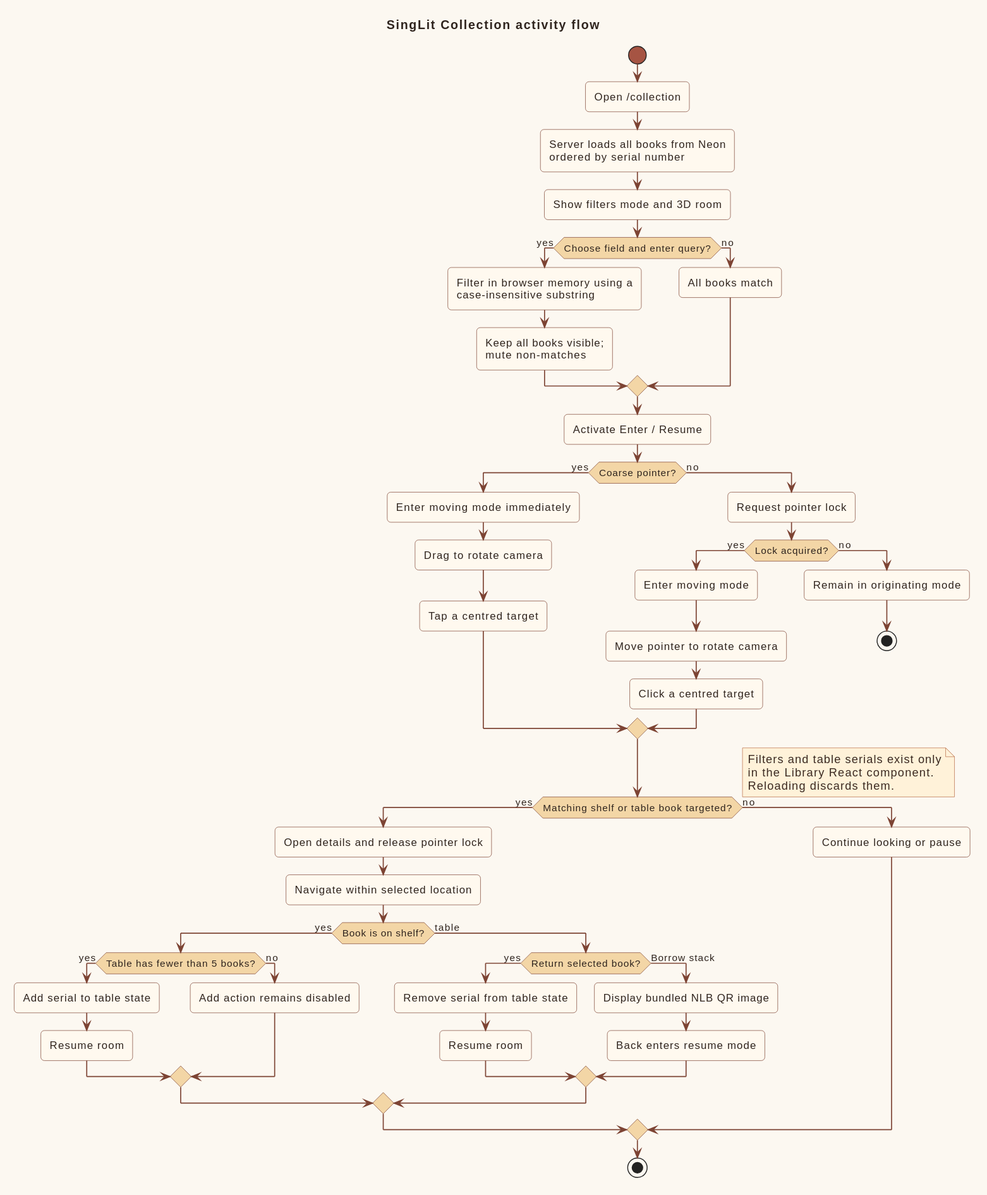
This is docs/diagrams/rendered/singlit-collection-flow.svg from colinhia/digital-singlit-bookshelf-poc, a PlantUML export, as it was before one commit. The source it was exported from:
```plantuml
@startuml
!include _theme.iuml

title SingLit Collection activity flow

start
:Open /collection;
:Server loads all books from Neon\nordered by serial number;
:Show filters mode and 3D room;

if (Choose field and enter query?) then (yes)
  :Filter in browser memory using a\ncase-insensitive substring;
  :Keep all books visible;\nmute non-matches;
else (no)
  :All books match;
endif

:Activate Enter / Resume;
if (Coarse pointer?) then (yes)
  :Enter moving mode immediately;
  :Drag to rotate camera;
  :Tap a centred target;
else (no)
  :Request pointer lock;
  if (Lock acquired?) then (yes)
    :Enter moving mode;
    :Move pointer to rotate camera;
    :Click a centred target;
  else (no)
    :Remain in originating mode;
    stop
  endif
endif

if (Matching shelf or table book targeted?) then (yes)
  :Open details and release pointer lock;
  :Navigate within selected location;
  if (Book is on shelf?) then (yes)
    if (Table has fewer than 5 books?) then (yes)
      :Add serial to table state;
      :Resume room;
    else (no)
      :Add action remains disabled;
    endif
  else (table)
    if (Return selected book?) then (yes)
      :Remove serial from table state;
      :Resume room;
    else (Borrow stack)
      :Display bundled NLB QR image;
      :Back enters resume mode;
    endif
  endif
else (no)
  :Continue looking or pause;
endif

note right
  Filters and table serials exist only
  in the Library React component.
  Reloading discards them.
end note
stop
@enduml
```
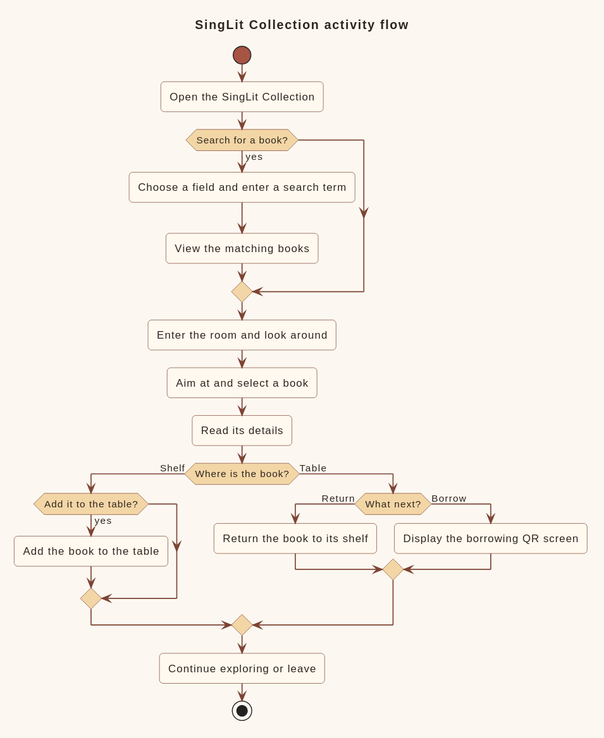
Later version of the same file.

What changed in the source:
```diff
@@ -4,61 +4,29 @@
 title SingLit Collection activity flow
 
 start
-:Open /collection;
-:Server loads all books from Neon\nordered by serial number;
-:Show filters mode and 3D room;
+:Open the SingLit Collection;
 
-if (Choose field and enter query?) then (yes)
-  :Filter in browser memory using a\ncase-insensitive substring;
-  :Keep all books visible;\nmute non-matches;
-else (no)
-  :All books match;
+if (Search for a book?) then (yes)
+  :Choose a field and enter a search term;
+  :View the matching books;
 endif
 
-:Activate Enter / Resume;
-if (Coarse pointer?) then (yes)
-  :Enter moving mode immediately;
-  :Drag to rotate camera;
-  :Tap a centred target;
-else (no)
-  :Request pointer lock;
-  if (Lock acquired?) then (yes)
-    :Enter moving mode;
-    :Move pointer to rotate camera;
-    :Click a centred target;
-  else (no)
-    :Remain in originating mode;
-    stop
+:Enter the room and look around;
+:Aim at and select a book;
+:Read its details;
+
+if (Where is the book?) then (Shelf)
+  if (Add it to the table?) then (yes)
+    :Add the book to the table;
+  endif
+else (Table)
+  if (What next?) then (Return)
+    :Return the book to its shelf;
+  else (Borrow)
+    :Display the borrowing QR screen;
   endif
 endif
 
-if (Matching shelf or table book targeted?) then (yes)
-  :Open details and release pointer lock;
-  :Navigate within selected location;
-  if (Book is on shelf?) then (yes)
-    if (Table has fewer than 5 books?) then (yes)
-      :Add serial to table state;
-      :Resume room;
-    else (no)
-      :Add action remains disabled;
-    endif
-  else (table)
-    if (Return selected book?) then (yes)
-      :Remove serial from table state;
-      :Resume room;
-    else (Borrow stack)
-      :Display bundled NLB QR image;
-      :Back enters resume mode;
-    endif
-  endif
-else (no)
-  :Continue looking or pause;
-endif
-
-note right
-  Filters and table serials exist only
-  in the Library React component.
-  Reloading discards them.
-end note
+:Continue exploring or leave;
 stop
 @enduml
```
